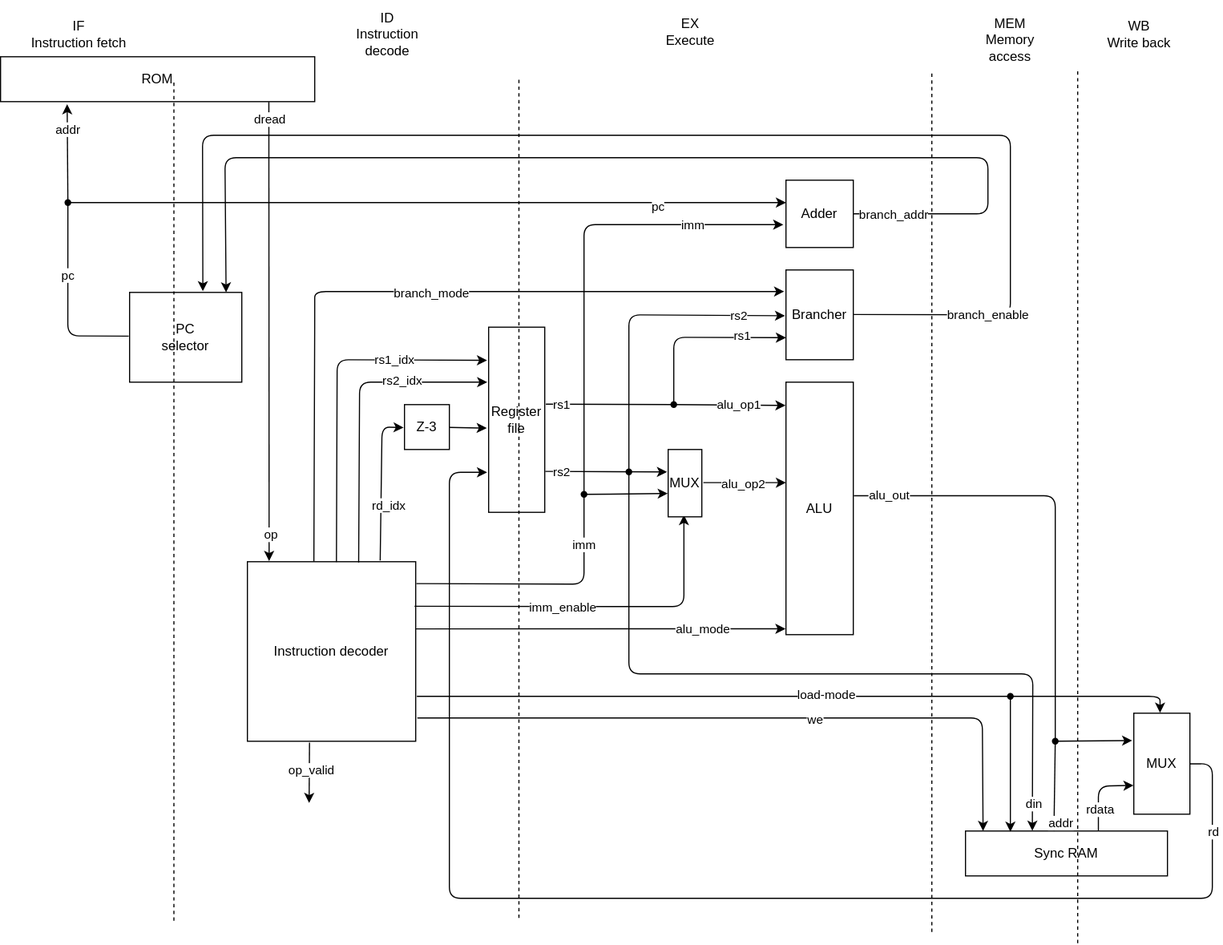
The draw.io diagram doc/diagram.drawio.svg in ncotti/riscotti-v, before a commit. Source tidied: cells renumbered, new cells last; positions are measured from the earlier drawing's top-left corner, leaving out a move shared by most shapes.
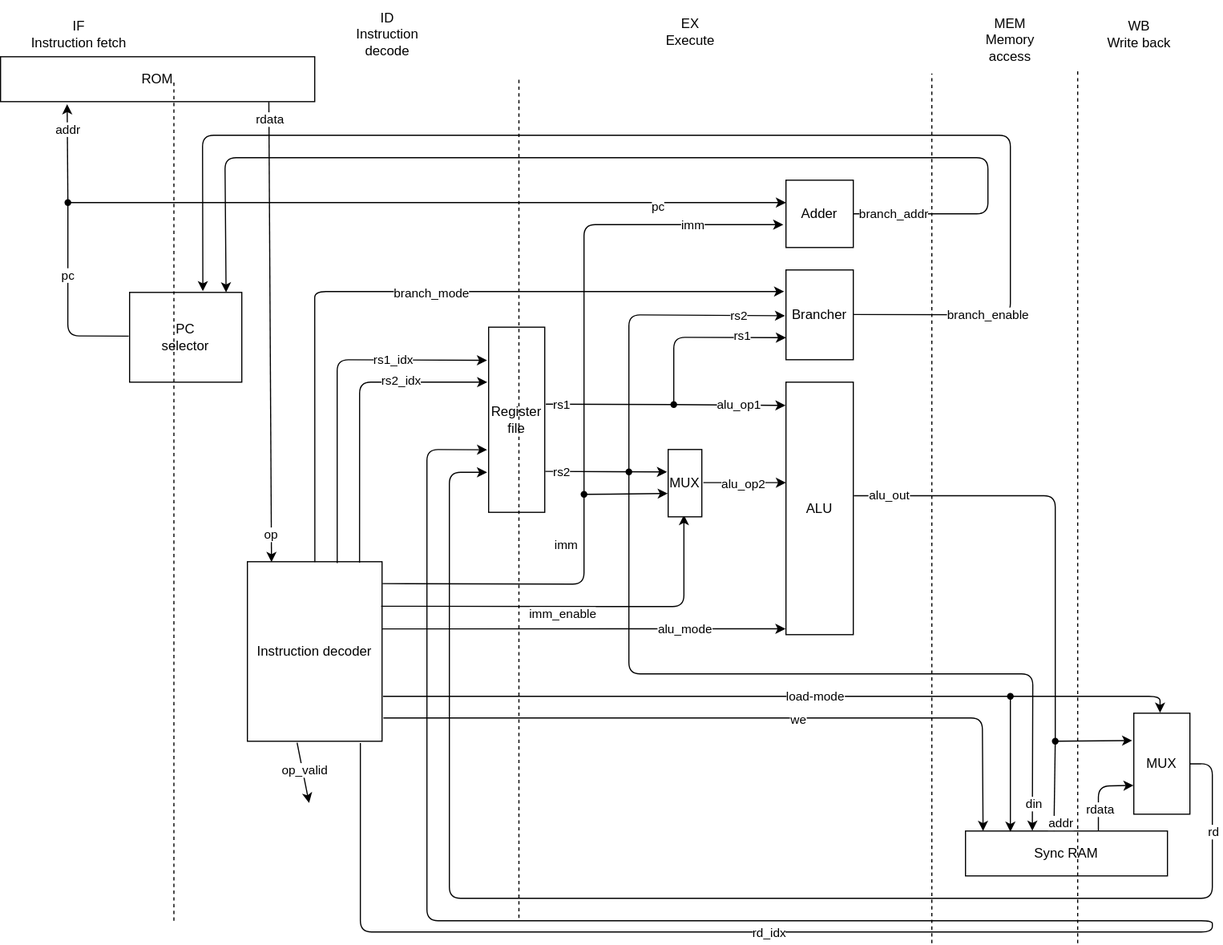
Later version of the same file.

Change to the diagram source:
```diff
@@ -8,8 +8,24 @@
     <mxCell id="3" value="Register&lt;div&gt;file&lt;/div&gt;" style="rounded=0;whiteSpace=wrap;html=1;" parent="1" vertex="1">
       <mxGeometry x="435" y="291" width="50" height="165" as="geometry" />
     </mxCell>
+    <mxCell id="91" style="edgeStyle=none;html=1;exitX=0.839;exitY=1.01;exitDx=0;exitDy=0;exitPerimeter=0;entryX=-0.027;entryY=0.662;entryDx=0;entryDy=0;entryPerimeter=0;" parent="1" edge="1" source="4" target="3">
+      <mxGeometry x="-0.92" relative="1" as="geometry">
+        <Array as="points">
+          <mxPoint x="320.7" y="830" />
+          <mxPoint x="1080" y="830" />
+          <mxPoint x="1080" y="820" />
+          <mxPoint x="380" y="820" />
+          <mxPoint x="380" y="400" />
+        </Array>
+      </mxGeometry>
+    </mxCell>
+    <mxCell id="54" value="rd_idx" style="edgeLabel;html=1;align=center;verticalAlign=middle;inheritText=1;" parent="91" vertex="1">
+      <mxGeometry x="-0.49" y="-1" relative="1" as="geometry">
+        <mxPoint x="-8" y="-1" as="offset" />
+      </mxGeometry>
+    </mxCell>
     <mxCell id="4" value="Instruction decoder" style="rounded=0;whiteSpace=wrap;html=1;" parent="1" vertex="1">
-      <mxGeometry x="220" y="500" width="150" height="160" as="geometry" />
+      <mxGeometry x="220" y="500" width="120" height="160" as="geometry" />
     </mxCell>
     <mxCell id="5" value="&lt;div&gt;ID&lt;/div&gt;Instruction decode" style="text;html=1;whiteSpace=wrap;strokeColor=none;fillColor=none;align=center;verticalAlign=middle;rounded=0;" parent="1" vertex="1">
       <mxGeometry x="310" width="70" height="60" as="geometry" />
@@ -70,7 +86,7 @@
         <mxPoint x="154.5" y="70" as="targetPoint" />
       </mxGeometry>
     </mxCell>
-    <mxCell id="19" style="endArrow=classic;html=1;exitX=0.529;exitY=0.002;exitDx=0;exitDy=0;exitPerimeter=0;entryX=-0.029;entryY=0.179;entryDx=0;entryDy=0;entryPerimeter=0;" parent="1" edge="1" source="4" target="3">
+    <mxCell id="19" style="endArrow=classic;html=1;exitX=0.667;exitY=0.008;exitDx=0;exitDy=0;exitPerimeter=0;entryX=-0.029;entryY=0.179;entryDx=0;entryDy=0;entryPerimeter=0;" parent="1" edge="1" source="4" target="3">
       <mxGeometry x="0.09" relative="1" as="geometry">
         <Array as="points">
           <mxPoint x="300" y="320" />
@@ -82,15 +98,15 @@
         <mxPoint x="28" as="offset" />
       </mxGeometry>
     </mxCell>
-    <mxCell id="21" style="endArrow=classic;html=1;entryX=-0.025;entryY=0.297;entryDx=0;entryDy=0;entryPerimeter=0;exitX=0.661;exitY=0.004;exitDx=0;exitDy=0;exitPerimeter=0;" parent="1" edge="1" source="4" target="3">
+    <mxCell id="21" style="endArrow=classic;html=1;entryX=-0.025;entryY=0.297;entryDx=0;entryDy=0;entryPerimeter=0;exitX=0.833;exitY=0.005;exitDx=0;exitDy=0;exitPerimeter=0;" parent="1" edge="1" source="4" target="3">
       <mxGeometry x="0.19" relative="1" as="geometry">
         <Array as="points">
           <mxPoint x="320" y="340" />
         </Array>
       </mxGeometry>
     </mxCell>
-    <mxCell id="22" value="&lt;div&gt;rs2_idx&lt;/div&gt;" style="edgeLabel;html=1;align=center;verticalAlign=middle;" parent="21" vertex="1">
-      <mxGeometry x="0.23" y="2" relative="1" as="geometry">
+    <mxCell id="22" value="&lt;div&gt;rs2_idx&lt;/div&gt;" style="edgeLabel;html=1;align=center;verticalAlign=middle;fontColor=#000000;" parent="21" vertex="1">
+      <mxGeometry x="0.22" y="2" relative="1" as="geometry">
         <mxPoint x="29" as="offset" />
       </mxGeometry>
     </mxCell>
@@ -185,7 +201,7 @@
         <mxPoint x="-21" as="offset" />
       </mxGeometry>
     </mxCell>
-    <mxCell id="43" style="edgeStyle=none;html=1;exitX=0.395;exitY=-0.001;exitDx=0;exitDy=0;exitPerimeter=0;entryX=-0.027;entryY=0.24;entryDx=0;entryDy=0;entryPerimeter=0;" parent="1" edge="1" source="4" target="68">
+    <mxCell id="43" style="edgeStyle=none;html=1;exitX=0.501;exitY=0.002;exitDx=0;exitDy=0;exitPerimeter=0;entryX=-0.027;entryY=0.24;entryDx=0;entryDy=0;entryPerimeter=0;" parent="1" edge="1" source="4" target="68">
       <mxGeometry x="0.07" relative="1" as="geometry">
         <Array as="points">
           <mxPoint x="280" y="280" />
@@ -234,25 +250,7 @@
         <mxPoint x="960" y="60" as="targetPoint" />
       </mxGeometry>
     </mxCell>
-    <mxCell id="51" value="Z-3" style="rounded=0;whiteSpace=wrap;html=1;" parent="1" vertex="1">
-      <mxGeometry x="360" y="360" width="40" height="40" as="geometry" />
-    </mxCell>
-    <mxCell id="52" style="edgeStyle=none;html=1;entryX=-0.033;entryY=0.545;entryDx=0;entryDy=0;entryPerimeter=0;" parent="1" edge="1" source="51" target="3">
-      <mxGeometry relative="1" as="geometry" />
-    </mxCell>
-    <mxCell id="53" style="endArrow=classic;html=1;entryX=-0.019;entryY=0.512;entryDx=0;entryDy=0;entryPerimeter=0;exitX=0.789;exitY=-0.007;exitDx=0;exitDy=0;exitPerimeter=0;" parent="1" edge="1" source="4" target="51">
-      <mxGeometry x="-0.09" relative="1" as="geometry">
-        <Array as="points">
-          <mxPoint x="340" y="380" />
-        </Array>
-      </mxGeometry>
-    </mxCell>
-    <mxCell id="54" value="rd_idx" style="edgeLabel;html=1;align=center;verticalAlign=middle;" parent="53" vertex="1">
-      <mxGeometry x="-0.31" y="1" relative="1" as="geometry">
-        <mxPoint x="7" y="-1" as="offset" />
-      </mxGeometry>
-    </mxCell>
-    <mxCell id="55" style="endArrow=classic;html=1;exitX=0.854;exitY=1.009;exitDx=0;exitDy=0;exitPerimeter=0;entryX=0.129;entryY=-0.004;entryDx=0;entryDy=0;entryPerimeter=0;" parent="1" edge="1" source="2" target="4">
+    <mxCell id="55" style="endArrow=classic;html=1;exitX=0.854;exitY=1.009;exitDx=0;exitDy=0;exitPerimeter=0;entryX=0.179;entryY=0.002;entryDx=0;entryDy=0;entryPerimeter=0;" parent="1" edge="1" source="2" target="4">
       <mxGeometry relative="1" as="geometry" />
     </mxCell>
     <mxCell id="56" value="op" style="edgeLabel;html=1;align=center;verticalAlign=middle;" parent="55" vertex="1">
@@ -260,7 +258,7 @@
         <mxPoint x="2" y="349" as="offset" />
       </mxGeometry>
     </mxCell>
-    <mxCell id="57" value="dread" style="edgeLabel;html=1;align=center;verticalAlign=middle;" parent="55" vertex="1">
+    <mxCell id="57" value="rdata" style="edgeLabel;html=1;align=center;verticalAlign=middle;" parent="55" vertex="1">
       <mxGeometry x="-0.93" relative="1" as="geometry" />
     </mxCell>
     <mxCell id="58" style="edgeStyle=none;html=1;exitX=1;exitY=0.499;exitDx=0;exitDy=0;exitPerimeter=0;entryX=0.86;entryY=0;entryDx=0;entryDy=0;entryPerimeter=0;" parent="1" edge="1" source="60" target="9">
@@ -337,7 +335,7 @@
     </mxCell>
     <mxCell id="72" style="endArrow=none;dashed=1;html=1;" parent="1" edge="1">
       <mxGeometry relative="1" as="geometry">
-        <mxPoint x="830" y="830" as="sourcePoint" />
+        <mxPoint x="830" y="840" as="sourcePoint" />
         <mxPoint x="830" y="65" as="targetPoint" />
       </mxGeometry>
     </mxCell>
```
